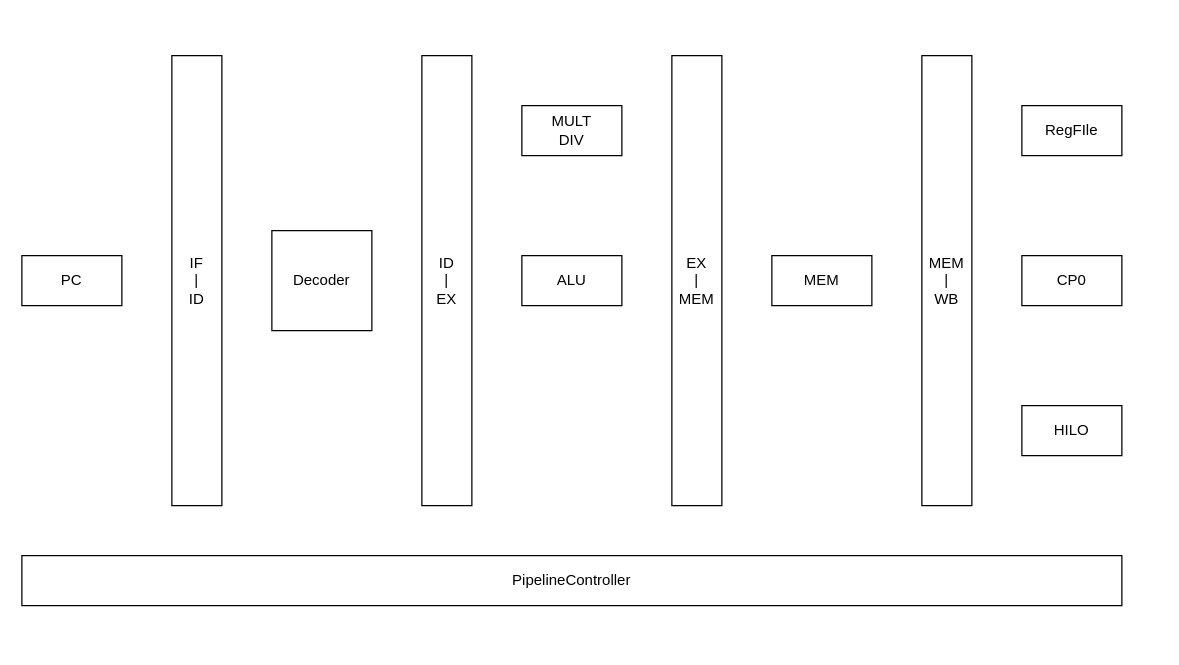
Earlier version of the draw.io diagram CS/TinyMIPS/TinyMIPSIII.drawio (umiskky/Diagrams). Source tidied: cells renumbered, new cells numbered last; positions are measured from the earlier drawing's top-left corner, leaving out a move shared by most shapes. Both pictures are drawn from the tidied source at 125%, with x=0, y=0 at pixel (21, 55).
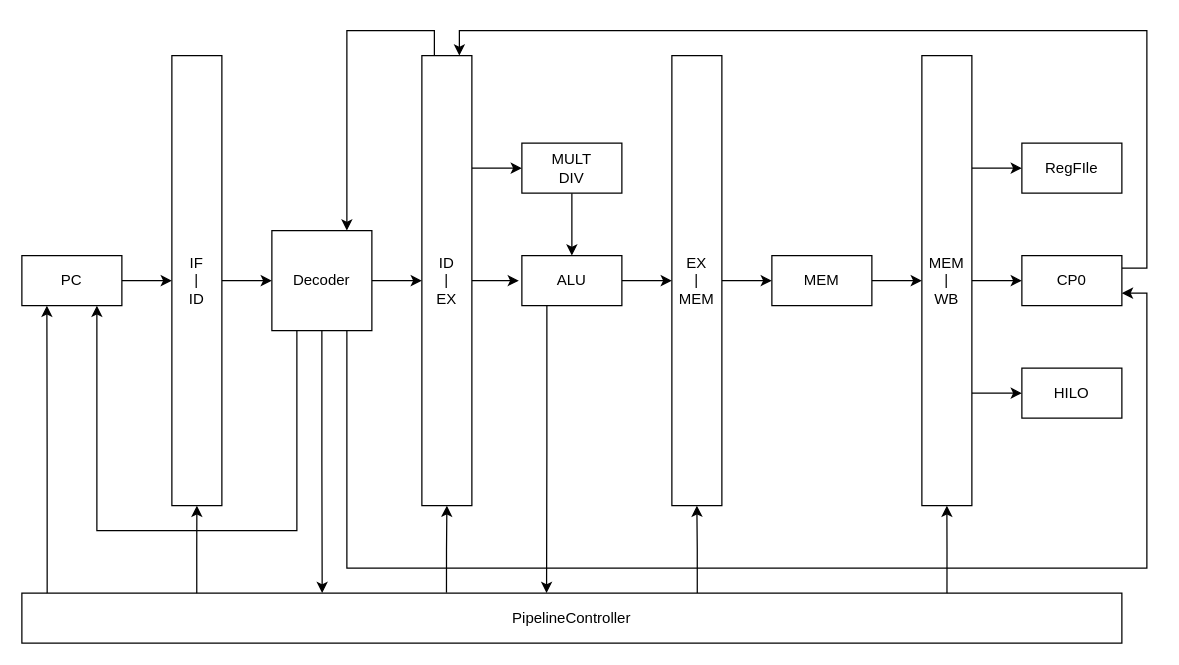
Above is the later version.

Unchanged cells that the change refers to:
```xml
<mxCell id="3" value="PC" style="rounded=0;whiteSpace=wrap;html=1;" parent="1" vertex="1">
  <mxGeometry y="160" width="80" height="40" as="geometry" />
</mxCell>
<mxCell id="4" value="IF&lt;br&gt;|&lt;br&gt;ID" style="rounded=0;whiteSpace=wrap;html=1;" parent="1" vertex="1">
  <mxGeometry x="120" width="40" height="360" as="geometry" />
</mxCell>
<mxCell id="5" value="ID&lt;br&gt;|&lt;br&gt;EX" style="rounded=0;whiteSpace=wrap;html=1;" parent="1" vertex="1">
  <mxGeometry x="320" width="40" height="360" as="geometry" />
</mxCell>
<mxCell id="6" value="EX&lt;br&gt;|&lt;br&gt;MEM" style="rounded=0;whiteSpace=wrap;html=1;" parent="1" vertex="1">
  <mxGeometry x="520" width="40" height="360" as="geometry" />
</mxCell>
<mxCell id="7" value="MEM&lt;br&gt;|&lt;br&gt;WB" style="rounded=0;whiteSpace=wrap;html=1;" parent="1" vertex="1">
  <mxGeometry x="720" width="40" height="360" as="geometry" />
</mxCell>
<mxCell id="8" value="Decoder" style="rounded=0;whiteSpace=wrap;html=1;" parent="1" vertex="1">
  <mxGeometry x="200" y="140" width="80" height="80" as="geometry" />
</mxCell>
<mxCell id="10" value="ALU" style="rounded=0;whiteSpace=wrap;html=1;" parent="1" vertex="1">
  <mxGeometry x="400" y="160" width="80" height="40" as="geometry" />
</mxCell>
<mxCell id="11" value="MEM" style="rounded=0;whiteSpace=wrap;html=1;" parent="1" vertex="1">
  <mxGeometry x="600" y="160" width="80" height="40" as="geometry" />
</mxCell>
<mxCell id="13" value="CP0" style="rounded=0;whiteSpace=wrap;html=1;" parent="1" vertex="1">
  <mxGeometry x="800" y="160" width="80" height="40" as="geometry" />
</mxCell>
```

What changed in the source:
```diff
@@
-    <mxCell id="2" value="PipelineController" style="rounded=0;whiteSpace=wrap;html=1;" parent="1" vertex="1">
-      <mxGeometry y="400" width="880" height="40" as="geometry" />
+    <mxCell id="2" value="PipelineController" style="rounded=0;whiteSpace=wrap;html=1;direction=south;" parent="1" vertex="1">
+      <mxGeometry y="430" width="880" height="40" as="geometry" />
     </mxCell>
+    <mxCell id="15" style="edgeStyle=orthogonalEdgeStyle;rounded=0;jettySize=auto;html=1;exitX=1;exitY=0.5;exitDx=0;exitDy=0;" parent="1" edge="1" source="3" target="4">
+      <mxGeometry relative="1" as="geometry" />
+    </mxCell>
+    <mxCell id="16" style="edgeStyle=orthogonalEdgeStyle;rounded=0;jettySize=auto;html=1;exitX=0;exitY=0.977;exitDx=0;exitDy=0;entryX=0.25;entryY=1;entryDx=0;entryDy=0;exitPerimeter=0;" parent="1" edge="1" source="2" target="3">
+      <mxGeometry relative="1" as="geometry" />
+    </mxCell>
@@
+    <mxCell id="17" style="edgeStyle=orthogonalEdgeStyle;rounded=0;jettySize=auto;html=1;exitX=1;exitY=0.5;exitDx=0;exitDy=0;entryX=0;entryY=0.5;entryDx=0;entryDy=0;" parent="1" edge="1" source="4" target="8">
+      <mxGeometry relative="1" as="geometry" />
+    </mxCell>
+    <mxCell id="18" style="edgeStyle=orthogonalEdgeStyle;rounded=0;jettySize=auto;html=1;exitX=0;exitY=0.841;exitDx=0;exitDy=0;entryX=0.5;entryY=1;entryDx=0;entryDy=0;exitPerimeter=0;" parent="1" edge="1" source="2" target="4">
+      <mxGeometry relative="1" as="geometry" />
+    </mxCell>
@@
+    <mxCell id="19" style="edgeStyle=orthogonalEdgeStyle;rounded=0;jettySize=auto;html=1;exitX=1;exitY=0.25;exitDx=0;exitDy=0;entryX=0;entryY=0.5;entryDx=0;entryDy=0;" parent="1" edge="1" source="5" target="9">
+      <mxGeometry relative="1" as="geometry" />
+    </mxCell>
+    <mxCell id="20" style="edgeStyle=orthogonalEdgeStyle;rounded=0;jettySize=auto;html=1;exitX=1;exitY=0.5;exitDx=0;exitDy=0;entryX=-0.03;entryY=0.482;entryDx=0;entryDy=0;entryPerimeter=0;" parent="1" edge="1" source="5" target="10">
+      <mxGeometry relative="1" as="geometry" />
+    </mxCell>
+    <mxCell id="21" style="edgeStyle=orthogonalEdgeStyle;rounded=0;jettySize=auto;html=1;exitX=-0.01;exitY=0.614;exitDx=0;exitDy=0;entryX=0.5;entryY=1;entryDx=0;entryDy=0;exitPerimeter=0;" parent="1" edge="1" source="2" target="5">
+      <mxGeometry relative="1" as="geometry" />
+    </mxCell>
+    <mxCell id="22" style="edgeStyle=orthogonalEdgeStyle;rounded=0;jettySize=auto;html=1;exitX=0.25;exitY=0;exitDx=0;exitDy=0;entryX=0.75;entryY=0;entryDx=0;entryDy=0;" parent="1" edge="1" source="5" target="8">
+      <mxGeometry relative="1" as="geometry" />
+    </mxCell>
@@
+    <mxCell id="23" style="edgeStyle=orthogonalEdgeStyle;rounded=0;jettySize=auto;html=1;exitX=1;exitY=0.5;exitDx=0;exitDy=0;entryX=0;entryY=0.5;entryDx=0;entryDy=0;" parent="1" edge="1" source="6" target="11">
+      <mxGeometry relative="1" as="geometry" />
+    </mxCell>
+    <mxCell id="24" style="edgeStyle=orthogonalEdgeStyle;rounded=0;jettySize=auto;html=1;exitX=-0.003;exitY=0.386;exitDx=0;exitDy=0;entryX=0.5;entryY=1;entryDx=0;entryDy=0;exitPerimeter=0;" parent="1" edge="1" source="2" target="6">
+      <mxGeometry relative="1" as="geometry" />
+    </mxCell>
@@
+    <mxCell id="25" style="edgeStyle=orthogonalEdgeStyle;rounded=0;jettySize=auto;html=1;exitX=1;exitY=0.5;exitDx=0;exitDy=0;entryX=0;entryY=0.5;entryDx=0;entryDy=0;" parent="1" edge="1" source="7" target="13">
+      <mxGeometry relative="1" as="geometry" />
+    </mxCell>
+    <mxCell id="26" style="edgeStyle=orthogonalEdgeStyle;rounded=0;jettySize=auto;html=1;exitX=1;exitY=0.25;exitDx=0;exitDy=0;entryX=0;entryY=0.5;entryDx=0;entryDy=0;" parent="1" edge="1" source="7" target="12">
+      <mxGeometry relative="1" as="geometry" />
+    </mxCell>
+    <mxCell id="27" style="edgeStyle=orthogonalEdgeStyle;rounded=0;jettySize=auto;html=1;exitX=1;exitY=0.75;exitDx=0;exitDy=0;entryX=0;entryY=0.5;entryDx=0;entryDy=0;" parent="1" edge="1" source="7" target="14">
+      <mxGeometry relative="1" as="geometry" />
+    </mxCell>
+    <mxCell id="28" style="edgeStyle=orthogonalEdgeStyle;rounded=0;jettySize=auto;html=1;exitX=0;exitY=0.159;exitDx=0;exitDy=0;entryX=0.5;entryY=1;entryDx=0;entryDy=0;exitPerimeter=0;" parent="1" edge="1" source="2" target="7">
+      <mxGeometry relative="1" as="geometry" />
+    </mxCell>
@@
+    <mxCell id="29" style="edgeStyle=orthogonalEdgeStyle;rounded=0;jettySize=auto;html=1;exitX=1;exitY=0.5;exitDx=0;exitDy=0;entryX=0;entryY=0.5;entryDx=0;entryDy=0;" parent="1" edge="1" source="8" target="5">
+      <mxGeometry relative="1" as="geometry" />
+    </mxCell>
+    <mxCell id="30" style="edgeStyle=orthogonalEdgeStyle;rounded=0;jettySize=auto;html=1;exitX=0.5;exitY=1;exitDx=0;exitDy=0;entryX=0;entryY=0.727;entryDx=0;entryDy=0;entryPerimeter=0;" parent="1" edge="1" source="8" target="2">
+      <mxGeometry relative="1" as="geometry" />
+    </mxCell>
+    <mxCell id="31" style="edgeStyle=orthogonalEdgeStyle;rounded=0;jettySize=auto;html=1;exitX=0.25;exitY=1;exitDx=0;exitDy=0;entryX=0.75;entryY=1;entryDx=0;entryDy=0;" parent="1" edge="1" source="8" target="3">
+      <mxGeometry relative="1" as="geometry">
+        <Array as="points">
+          <mxPoint x="220" y="380" />
+          <mxPoint x="60" y="380" />
+        </Array>
+      </mxGeometry>
+    </mxCell>
+    <mxCell id="32" style="edgeStyle=orthogonalEdgeStyle;rounded=0;jettySize=auto;html=1;exitX=0.75;exitY=1;exitDx=0;exitDy=0;entryX=1;entryY=0.75;entryDx=0;entryDy=0;" parent="1" edge="1" source="8" target="13">
+      <mxGeometry relative="1" as="geometry">
+        <Array as="points">
+          <mxPoint x="260" y="410" />
+          <mxPoint x="900" y="410" />
+          <mxPoint x="900" y="190" />
+        </Array>
+      </mxGeometry>
+    </mxCell>
@@
+    <mxCell id="33" style="edgeStyle=orthogonalEdgeStyle;rounded=0;jettySize=auto;html=1;exitX=0.5;exitY=1;exitDx=0;exitDy=0;entryX=0.5;entryY=0;entryDx=0;entryDy=0;" parent="1" edge="1" source="9" target="10">
+      <mxGeometry relative="1" as="geometry" />
+    </mxCell>
     <mxCell id="9" value="MULT&lt;br&gt;DIV" style="rounded=0;whiteSpace=wrap;html=1;" parent="1" vertex="1">
-      <mxGeometry x="400" y="40" width="80" height="40" as="geometry" />
+      <mxGeometry x="400" y="70" width="80" height="40" as="geometry" />
     </mxCell>
+    <mxCell id="34" style="edgeStyle=orthogonalEdgeStyle;rounded=0;jettySize=auto;html=1;exitX=1;exitY=0.5;exitDx=0;exitDy=0;entryX=0;entryY=0.5;entryDx=0;entryDy=0;" parent="1" edge="1" source="10" target="6">
+      <mxGeometry relative="1" as="geometry" />
+    </mxCell>
+    <mxCell id="35" style="edgeStyle=orthogonalEdgeStyle;rounded=0;jettySize=auto;html=1;exitX=0.25;exitY=1;exitDx=0;exitDy=0;entryX=0;entryY=0.523;entryDx=0;entryDy=0;entryPerimeter=0;" parent="1" edge="1" source="10" target="2">
+      <mxGeometry relative="1" as="geometry" />
+    </mxCell>
@@
+    <mxCell id="36" style="edgeStyle=orthogonalEdgeStyle;rounded=0;jettySize=auto;html=1;exitX=1;exitY=0.5;exitDx=0;exitDy=0;entryX=0;entryY=0.5;entryDx=0;entryDy=0;" parent="1" edge="1" source="11" target="7">
+      <mxGeometry relative="1" as="geometry" />
+    </mxCell>
@@
     <mxCell id="12" value="RegFIle" style="rounded=0;whiteSpace=wrap;html=1;" parent="1" vertex="1">
-      <mxGeometry x="800" y="40" width="80" height="40" as="geometry" />
+      <mxGeometry x="800" y="70" width="80" height="40" as="geometry" />
     </mxCell>
+    <mxCell id="37" style="edgeStyle=orthogonalEdgeStyle;rounded=0;jettySize=auto;html=1;exitX=1;exitY=0.25;exitDx=0;exitDy=0;entryX=0.75;entryY=0;entryDx=0;entryDy=0;" parent="1" edge="1" source="13" target="5">
+      <mxGeometry relative="1" as="geometry">
+        <Array as="points">
+          <mxPoint x="900" y="170" />
+          <mxPoint x="900" y="-20" />
+          <mxPoint x="350" y="-20" />
+        </Array>
+      </mxGeometry>
+    </mxCell>
@@
     <mxCell id="14" value="HILO" style="rounded=0;whiteSpace=wrap;html=1;" parent="1" vertex="1">
-      <mxGeometry x="800" y="280" width="80" height="40" as="geometry" />
+      <mxGeometry x="800" y="250" width="80" height="40" as="geometry" />
     </mxCell>
```
